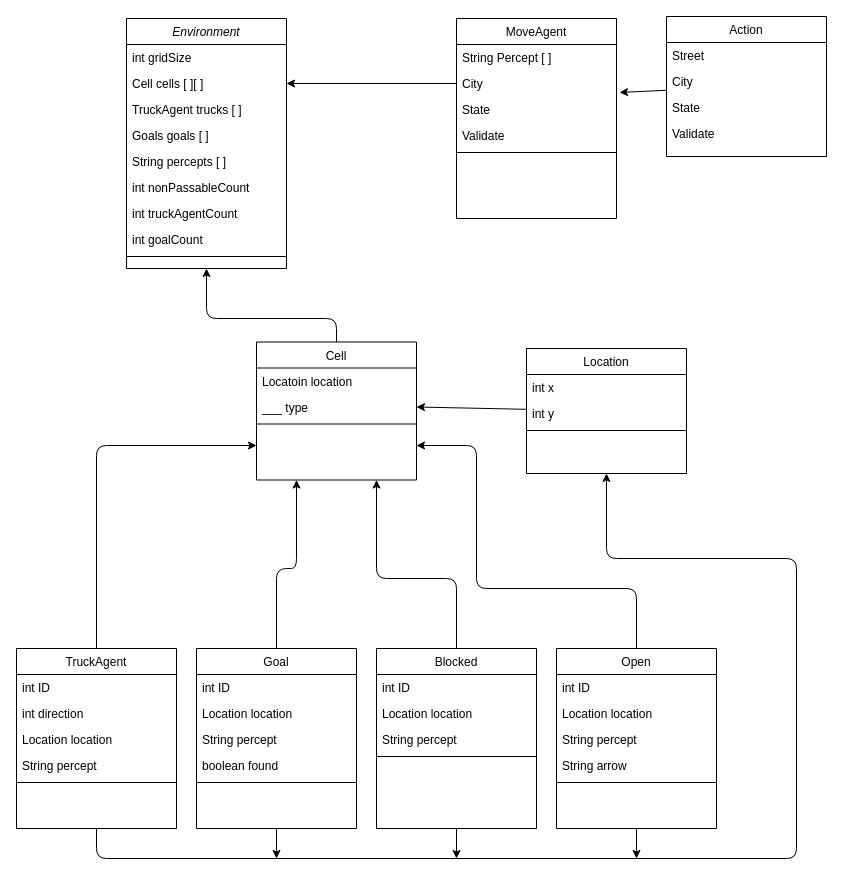
Earlier version of the draw.io diagram Architecture.drawio (shelleyyyyy/AI_GameEngine2.0). Source tidied: cells renumbered, new cells numbered last; positions are measured from the earlier drawing's top-left corner, leaving out a move shared by most shapes. Both pictures are drawn from the tidied source at 100%, with x=0, y=0 at pixel (16, 16).
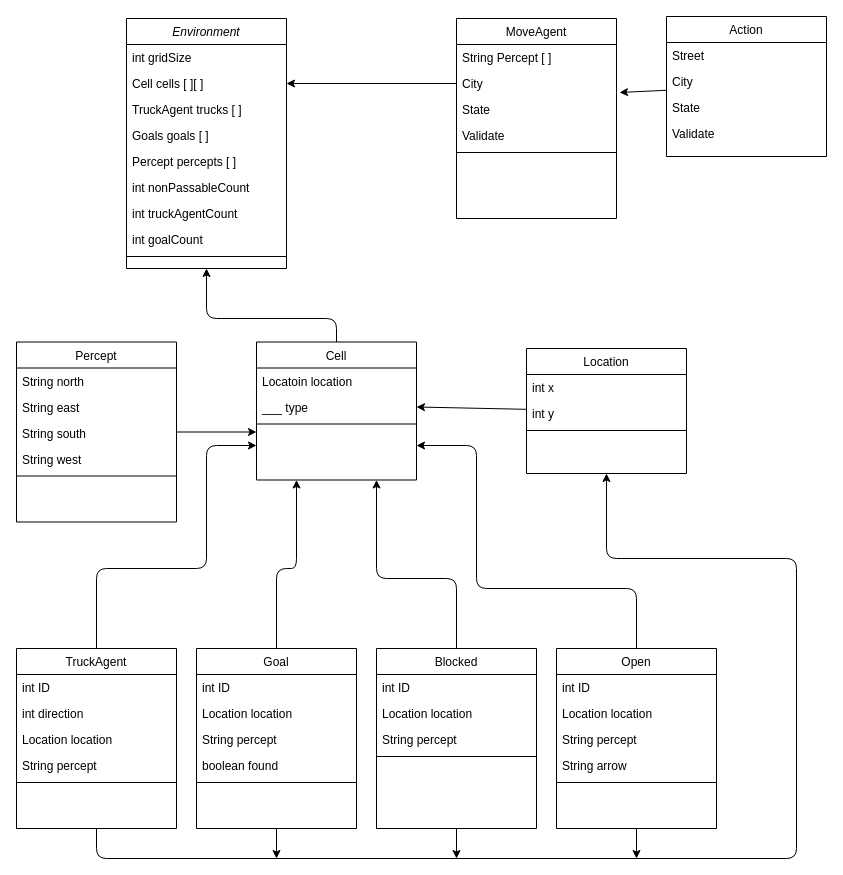
After the change.

Unchanged cells that the change refers to:
```xml
<mxCell id="2" value="Environment" style="swimlane;fontStyle=2;align=center;verticalAlign=top;horizontal=1;startSize=26;rounded=0;shadow=0;strokeWidth=1;" parent="1" vertex="1">
  <mxGeometry x="110" y="2" width="160" height="250" as="geometry" />
</mxCell>
<mxCell id="13" value="Cell" style="swimlane;fontStyle=0;align=center;verticalAlign=top;horizontal=1;startSize=26;rounded=0;shadow=0;strokeWidth=1;" parent="1" vertex="1">
  <mxGeometry x="240" y="325.5" width="160" height="138" as="geometry" />
</mxCell>
<mxCell id="37" value="TruckAgent" style="swimlane;fontStyle=0;align=center;verticalAlign=top;horizontal=1;startSize=26;rounded=0;shadow=0;strokeWidth=1;" parent="1" vertex="1">
  <mxGeometry y="632" width="160" height="180" as="geometry" />
</mxCell>
```

The edit, as a diff of the source:
```diff
@@
-    <mxCell id="7" value="String percepts [ ]" style="text;align=left;verticalAlign=top;spacingLeft=4;spacingRight=4;overflow=hidden;rounded=0;shadow=0;html=0;" parent="2" vertex="1">
+    <mxCell id="7" value="Percept percepts [ ]" style="text;align=left;verticalAlign=top;spacingLeft=4;spacingRight=4;overflow=hidden;rounded=0;shadow=0;html=0;" parent="2" vertex="1">
       <mxGeometry y="130" width="160" height="26" as="geometry" />
     </mxCell>
@@
     <mxCell id="35" style="edgeStyle=none;html=1;entryX=0;entryY=0.75;entryDx=0;entryDy=0;" parent="1" edge="1" source="37" target="13">
       <mxGeometry relative="1" as="geometry">
         <Array as="points">
-          <mxPoint x="80" y="429" />
+          <mxPoint x="80" y="552" />
+          <mxPoint x="190" y="552" />
+          <mxPoint x="190" y="429" />
         </Array>
       </mxGeometry>
     </mxCell>
@@
+    <mxCell id="66" style="edgeStyle=none;html=1;" parent="1" edge="1" source="67">
+      <mxGeometry relative="1" as="geometry">
+        <mxPoint x="240" y="415.5" as="targetPoint" />
+      </mxGeometry>
+    </mxCell>
+    <mxCell id="67" value="Percept" style="swimlane;fontStyle=0;align=center;verticalAlign=top;horizontal=1;startSize=26;rounded=0;shadow=0;strokeWidth=1;" parent="1" vertex="1">
+      <mxGeometry y="325.5" width="160" height="180" as="geometry" />
+    </mxCell>
+    <mxCell id="68" value="String north" style="text;align=left;verticalAlign=top;spacingLeft=4;spacingRight=4;overflow=hidden;" parent="67" vertex="1">
+      <mxGeometry y="26" width="160" height="26" as="geometry" />
+    </mxCell>
+    <mxCell id="69" value="String east" style="text;align=left;verticalAlign=top;spacingLeft=4;spacingRight=4;overflow=hidden;" parent="67" vertex="1">
+      <mxGeometry y="52" width="160" height="26" as="geometry" />
+    </mxCell>
+    <mxCell id="70" value="String south" style="text;align=left;verticalAlign=top;spacingLeft=4;spacingRight=4;overflow=hidden;" parent="67" vertex="1">
+      <mxGeometry y="78" width="160" height="26" as="geometry" />
+    </mxCell>
+    <mxCell id="71" value="String west" style="text;align=left;verticalAlign=top;spacingLeft=4;spacingRight=4;overflow=hidden;" parent="67" vertex="1">
+      <mxGeometry y="104" width="160" height="26" as="geometry" />
+    </mxCell>
+    <mxCell id="72" style="line;html=1;strokeWidth=1;align=left;verticalAlign=middle;spacingTop=-1;spacingLeft=3;spacingRight=3;labelPosition=right;" parent="67" vertex="1">
+      <mxGeometry y="130" width="160" height="8" as="geometry" />
+    </mxCell>
```
